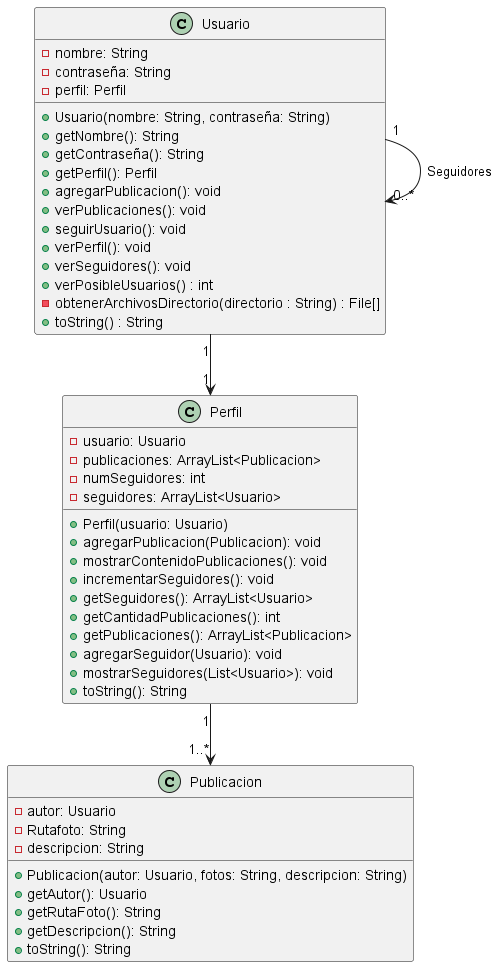
This is XP/Designing/Iteracion1/Diagrama_Clases_Instagram.png from eddyarias/Proyecto_IB_MetodologiasAgiles, a PlantUML export, as it was before one commit. The source it was exported from:
```plantuml
@startuml

class Usuario {
  -nombre: String
  -contraseña: String
  -perfil: Perfil
  +Usuario(nombre: String, contraseña: String)
  +getNombre(): String
  +getContraseña(): String
  +getPerfil(): Perfil
  +agregarPublicacion(): void
  +verPublicaciones(): void
  +seguirUsuario(): void
  +verPerfil(): void
  +verSeguidores(): void
  + verPosibleUsuarios() : int
  - obtenerArchivosDirectorio(directorio : String) : File[]
  + toString() : String
}

class Perfil {
  -usuario: Usuario
  -publicaciones: ArrayList<Publicacion>
  -numSeguidores: int
  -seguidores: ArrayList<Usuario>
  +Perfil(usuario: Usuario)
  +agregarPublicacion(Publicacion): void
  +mostrarContenidoPublicaciones(): void
  +incrementarSeguidores(): void
  +getSeguidores(): ArrayList<Usuario>
  +getCantidadPublicaciones(): int
  +getPublicaciones(): ArrayList<Publicacion>
  +agregarSeguidor(Usuario): void
  +mostrarSeguidores(List<Usuario>): void
  +toString(): String
}

class Publicacion {
  -autor: Usuario
  -Rutafoto: String
  -descripcion: String
  +Publicacion(autor: Usuario, fotos: String, descripcion: String)
  +getAutor(): Usuario
  +getRutaFoto(): String
  +getDescripcion(): String
  +toString(): String
}

Usuario "1" --> "1" Perfil
Perfil "1" --> "1..*" Publicacion
Usuario "1" --> "0..*" Usuario:Seguidores

@enduml
```
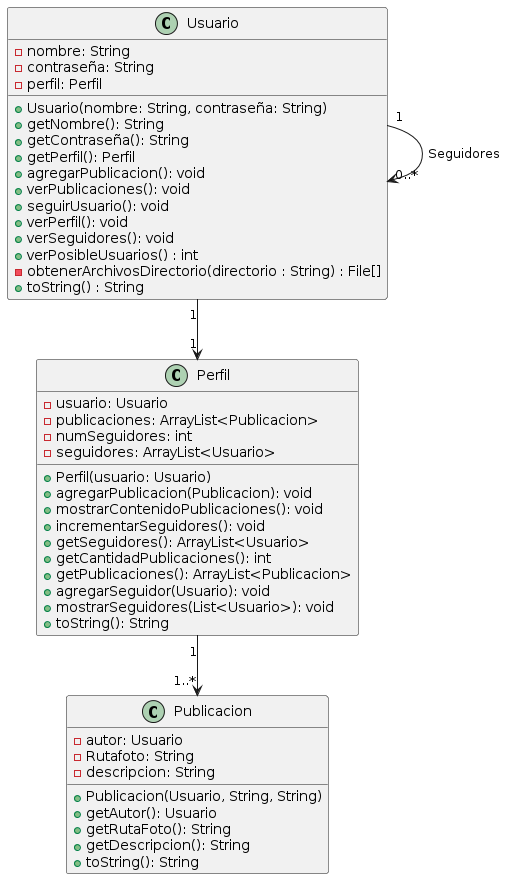
After the commit.

Commit message:
chore: Diagrama de Clases actualizado

Change to the diagram source:
```diff
@@ -1,5 +1,4 @@
 @startuml
-
 class Usuario {
   -nombre: String
   -contraseña: String
@@ -39,7 +38,7 @@
   -autor: Usuario
   -Rutafoto: String
   -descripcion: String
-  +Publicacion(autor: Usuario, fotos: String, descripcion: String)
+  +Publicacion(Usuario, String, String)
   +getAutor(): Usuario
   +getRutaFoto(): String
   +getDescripcion(): String
@@ -49,5 +48,4 @@
 Usuario "1" --> "1" Perfil
 Perfil "1" --> "1..*" Publicacion
 Usuario "1" --> "0..*" Usuario:Seguidores
-
 @enduml
```
